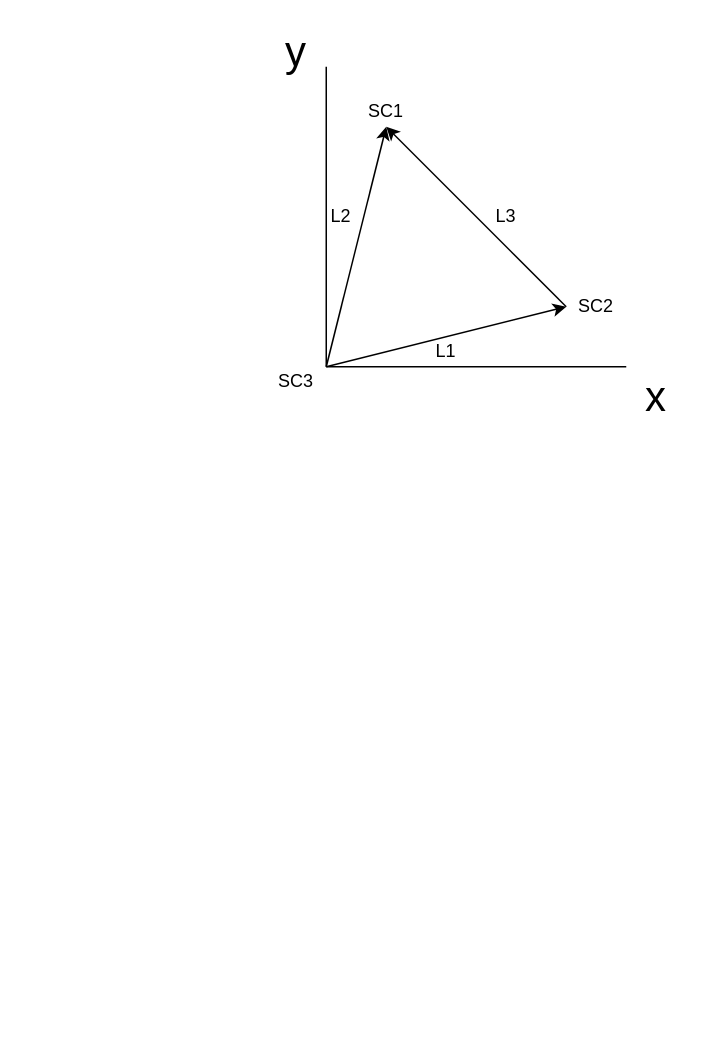
The draw.io diagram masterthesis-geo.drawio in XuetingZhang/BiminghamWInnerSchool, before the edit. Source tidied: cells renumbered, new cells numbered last; positions are measured from the earlier drawing's top-left corner, leaving out a move shared by most shapes. Both pictures are drawn from the tidied source at 150%, with x=0, y=0 at pixel (266, 36).
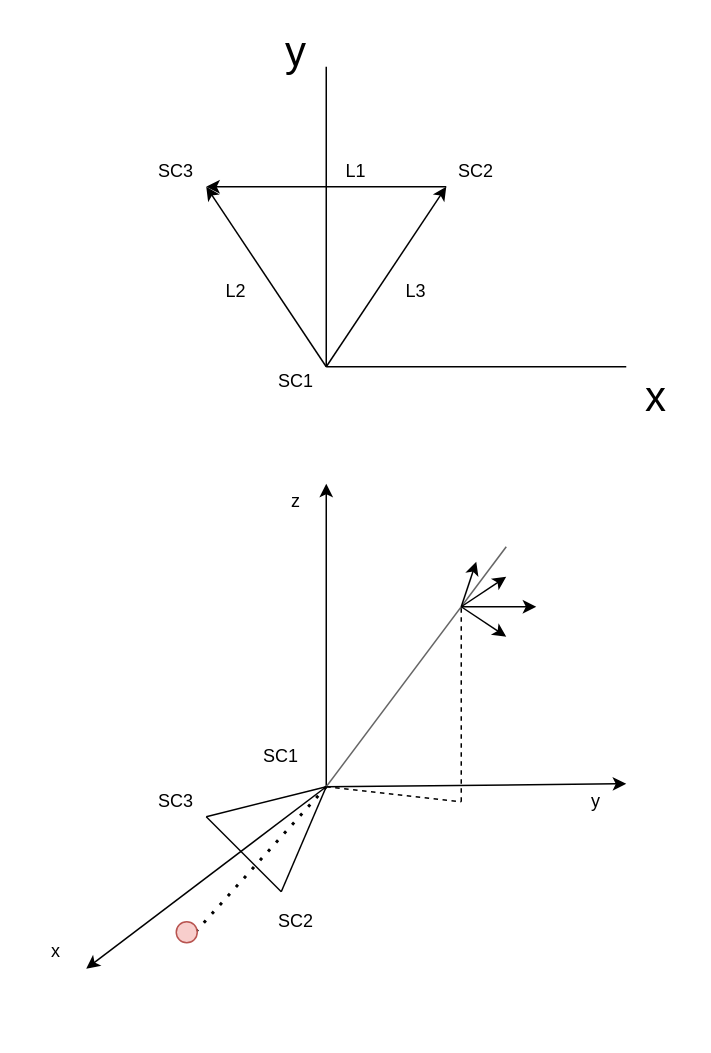
Above is the later version.

The edit, as a diff of the source:
```diff
@@
     <mxCell id="2" style="endArrow=classic;html=1;" parent="1" edge="1">
       <mxGeometry relative="1" as="geometry">
         <mxPoint x="40" y="220" as="sourcePoint" />
-        <mxPoint x="80" y="60" as="targetPoint" />
+        <mxPoint x="-40" y="100" as="targetPoint" />
       </mxGeometry>
     </mxCell>
     <mxCell id="3" style="endArrow=classic;html=1;" parent="1" edge="1">
       <mxGeometry relative="1" as="geometry">
         <mxPoint x="40" y="220" as="sourcePoint" />
-        <mxPoint x="200" y="180" as="targetPoint" />
+        <mxPoint x="120" y="100" as="targetPoint" />
       </mxGeometry>
     </mxCell>
     <mxCell id="4" style="endArrow=classic;html=1;" parent="1" edge="1">
       <mxGeometry relative="1" as="geometry">
-        <mxPoint x="200" y="180" as="sourcePoint" />
-        <mxPoint x="80" y="60" as="targetPoint" />
+        <mxPoint x="120" y="100" as="sourcePoint" />
+        <mxPoint x="-40" y="100" as="targetPoint" />
       </mxGeometry>
     </mxCell>
@@
     <mxCell id="9" value="L3" style="text;html=1;strokeColor=none;fillColor=none;align=center;verticalAlign=middle;whiteSpace=wrap;rounded=0;" parent="1" vertex="1">
-      <mxGeometry x="140" y="110" width="40" height="20" as="geometry" />
+      <mxGeometry x="80" y="160" width="40" height="20" as="geometry" />
     </mxCell>
-    <mxCell id="10" value="SC3" style="text;html=1;strokeColor=none;fillColor=none;align=center;verticalAlign=middle;whiteSpace=wrap;rounded=0;" parent="1" vertex="1">
+    <mxCell id="10" value="SC1" style="text;html=1;strokeColor=none;fillColor=none;align=center;verticalAlign=middle;whiteSpace=wrap;rounded=0;" parent="1" vertex="1">
       <mxGeometry y="220" width="40" height="20" as="geometry" />
     </mxCell>
-    <mxCell id="11" value="SC1" style="text;html=1;strokeColor=none;fillColor=none;align=center;verticalAlign=middle;whiteSpace=wrap;rounded=0;" parent="1" vertex="1">
-      <mxGeometry x="60" y="40" width="40" height="20" as="geometry" />
+    <mxCell id="11" value="SC3" style="text;html=1;strokeColor=none;fillColor=none;align=center;verticalAlign=middle;whiteSpace=wrap;rounded=0;" parent="1" vertex="1">
+      <mxGeometry x="-80" y="80" width="40" height="20" as="geometry" />
     </mxCell>
     <mxCell id="12" value="SC2" style="text;html=1;strokeColor=none;fillColor=none;align=center;verticalAlign=middle;whiteSpace=wrap;rounded=0;" parent="1" vertex="1">
-      <mxGeometry x="200" y="170" width="40" height="20" as="geometry" />
+      <mxGeometry x="120" y="80" width="40" height="20" as="geometry" />
     </mxCell>
     <mxCell id="13" value="L2" style="text;html=1;strokeColor=none;fillColor=none;align=center;verticalAlign=middle;whiteSpace=wrap;rounded=0;" parent="1" vertex="1">
-      <mxGeometry x="30" y="110" width="40" height="20" as="geometry" />
+      <mxGeometry x="-40" y="160" width="40" height="20" as="geometry" />
     </mxCell>
     <mxCell id="14" value="L1" style="text;html=1;strokeColor=none;fillColor=none;align=center;verticalAlign=middle;whiteSpace=wrap;rounded=0;" parent="1" vertex="1">
-      <mxGeometry x="100" y="200" width="40" height="20" as="geometry" />
+      <mxGeometry x="40" y="80" width="40" height="20" as="geometry" />
     </mxCell>
+    <mxCell id="15" style="endArrow=classic;html=1;" parent="1" edge="1">
+      <mxGeometry relative="1" as="geometry">
+        <mxPoint x="40" y="500" as="sourcePoint" />
+        <mxPoint x="40" y="298" as="targetPoint" />
+      </mxGeometry>
+    </mxCell>
+    <mxCell id="16" style="endArrow=classic;html=1;" parent="1" edge="1">
+      <mxGeometry relative="1" as="geometry">
+        <mxPoint x="40" y="500" as="sourcePoint" />
+        <mxPoint x="240" y="498" as="targetPoint" />
+      </mxGeometry>
+    </mxCell>
+    <mxCell id="17" style="endArrow=classic;html=1;" parent="1" edge="1">
+      <mxGeometry relative="1" as="geometry">
+        <mxPoint x="40" y="500" as="sourcePoint" />
+        <mxPoint x="-120" y="621.3" as="targetPoint" />
+      </mxGeometry>
+    </mxCell>
+    <mxCell id="18" style="endArrow=none;html=1;" parent="1" edge="1">
+      <mxGeometry relative="1" as="geometry">
+        <mxPoint x="40" y="500" as="sourcePoint" />
+        <mxPoint x="10" y="570" as="targetPoint" />
+      </mxGeometry>
+    </mxCell>
+    <mxCell id="19" style="endArrow=none;html=1;" parent="1" edge="1">
+      <mxGeometry relative="1" as="geometry">
+        <mxPoint x="40" y="500" as="sourcePoint" />
+        <mxPoint x="-40" y="520" as="targetPoint" />
+      </mxGeometry>
+    </mxCell>
+    <mxCell id="20" style="endArrow=none;html=1;" parent="1" edge="1">
+      <mxGeometry relative="1" as="geometry">
+        <mxPoint x="-40" y="520" as="sourcePoint" />
+        <mxPoint x="10" y="570" as="targetPoint" />
+      </mxGeometry>
+    </mxCell>
+    <mxCell id="21" style="endArrow=none;html=1;fillColor=#f5f5f5;strokeColor=#666666;" parent="1" edge="1">
+      <mxGeometry relative="1" as="geometry">
+        <mxPoint x="40" y="500" as="sourcePoint" />
+        <mxPoint x="160" y="340" as="targetPoint" />
+      </mxGeometry>
+    </mxCell>
+    <mxCell id="22" style="endArrow=none;dashed=1;html=1;" parent="1" edge="1">
+      <mxGeometry relative="1" as="geometry">
+        <mxPoint x="130" y="510" as="sourcePoint" />
+        <mxPoint x="130" y="380" as="targetPoint" />
+      </mxGeometry>
+    </mxCell>
+    <mxCell id="23" style="endArrow=none;dashed=1;html=1;" parent="1" edge="1">
+      <mxGeometry relative="1" as="geometry">
+        <mxPoint x="40" y="500" as="sourcePoint" />
+        <mxPoint x="130" y="510" as="targetPoint" />
+      </mxGeometry>
+    </mxCell>
+    <mxCell id="24" style="endArrow=none;dashed=1;html=1;dashPattern=1 3;strokeWidth=2;" parent="1" edge="1">
+      <mxGeometry relative="1" as="geometry">
+        <mxPoint x="40" y="500" as="sourcePoint" />
+        <mxPoint x="-50" y="600" as="targetPoint" />
+      </mxGeometry>
+    </mxCell>
+    <mxCell id="25" style="shape=tapeData;whiteSpace=wrap;html=1;perimeter=ellipsePerimeter;" parent="1" vertex="1">
+      <mxGeometry y="660" as="geometry" />
+    </mxCell>
+    <mxCell id="26" style="ellipse;whiteSpace=wrap;html=1;fillColor=#f8cecc;strokeColor=#b85450;" parent="1" vertex="1">
+      <mxGeometry x="-60" y="590" width="14" height="14" as="geometry" />
+    </mxCell>
+    <mxCell id="27" style="endArrow=classic;html=1;" parent="1" edge="1">
+      <mxGeometry relative="1" as="geometry">
+        <mxPoint x="130" y="380" as="sourcePoint" />
+        <mxPoint x="140" y="350" as="targetPoint" />
+      </mxGeometry>
+    </mxCell>
+    <mxCell id="28" style="endArrow=classic;html=1;" parent="1" edge="1">
+      <mxGeometry relative="1" as="geometry">
+        <mxPoint x="130" y="380" as="sourcePoint" />
+        <mxPoint x="160" y="360" as="targetPoint" />
+      </mxGeometry>
+    </mxCell>
+    <mxCell id="29" style="endArrow=classic;html=1;" parent="1" edge="1">
+      <mxGeometry relative="1" as="geometry">
+        <mxPoint x="130" y="380" as="sourcePoint" />
+        <mxPoint x="180" y="380" as="targetPoint" />
+      </mxGeometry>
+    </mxCell>
+    <mxCell id="30" style="endArrow=classic;html=1;" parent="1" edge="1">
+      <mxGeometry relative="1" as="geometry">
+        <mxPoint x="130" y="380" as="sourcePoint" />
+        <mxPoint x="160" y="400" as="targetPoint" />
+      </mxGeometry>
+    </mxCell>
+    <mxCell id="31" value="z" style="text;html=1;strokeColor=none;fillColor=none;align=center;verticalAlign=middle;whiteSpace=wrap;rounded=0;" parent="1" vertex="1">
+      <mxGeometry y="300" width="40" height="20" as="geometry" />
+    </mxCell>
+    <mxCell id="32" value="y" style="text;html=1;strokeColor=none;fillColor=none;align=center;verticalAlign=middle;whiteSpace=wrap;rounded=0;" parent="1" vertex="1">
+      <mxGeometry x="200" y="500" width="40" height="20" as="geometry" />
+    </mxCell>
+    <mxCell id="33" value="x" style="text;html=1;strokeColor=none;fillColor=none;align=center;verticalAlign=middle;whiteSpace=wrap;rounded=0;" parent="1" vertex="1">
+      <mxGeometry x="-160" y="600" width="40" height="20" as="geometry" />
+    </mxCell>
+    <mxCell id="34" value="SC1" style="text;html=1;strokeColor=none;fillColor=none;align=center;verticalAlign=middle;whiteSpace=wrap;rounded=0;" parent="1" vertex="1">
+      <mxGeometry x="-10" y="470" width="40" height="20" as="geometry" />
+    </mxCell>
+    <mxCell id="35" value="SC2" style="text;html=1;strokeColor=none;fillColor=none;align=center;verticalAlign=middle;whiteSpace=wrap;rounded=0;" parent="1" vertex="1">
+      <mxGeometry y="580" width="40" height="20" as="geometry" />
+    </mxCell>
+    <mxCell id="36" value="SC3" style="text;html=1;strokeColor=none;fillColor=none;align=center;verticalAlign=middle;whiteSpace=wrap;rounded=0;" parent="1" vertex="1">
+      <mxGeometry x="-80" y="500" width="40" height="20" as="geometry" />
+    </mxCell>
```
